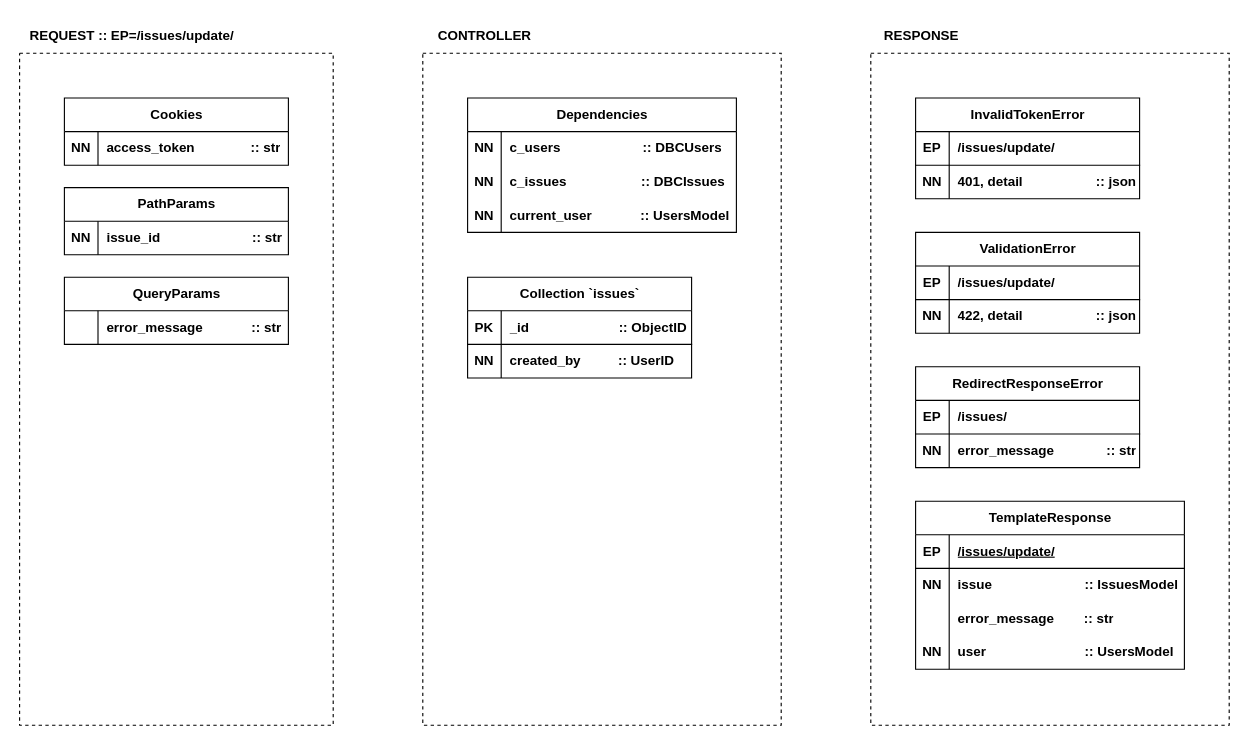
The draw.io diagram page "/issues/update/get" (2 of 4) of contributors/issues/update/get/Diagram.drawio in ames0k0/Ticket, before the edit. Source tidied: cells renumbered, new cells numbered last; positions are measured from the earlier drawing's top-left corner, leaving out a move shared by most shapes. Both pictures are drawn from the tidied source at 112%, with x=0, y=0 at pixel (19, 19).
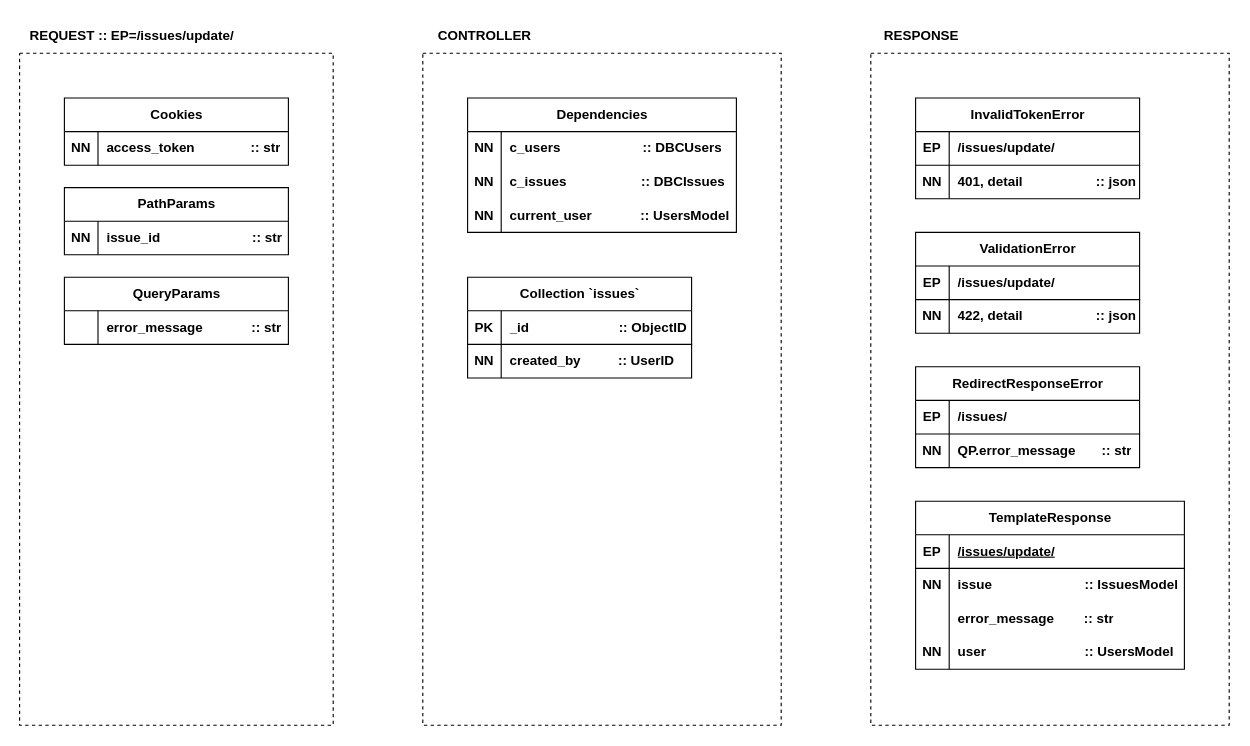
The same page after the edit.

The change refers to these unchanged cells:
```xml
<mxCell id="17" style="shape=tableRow;horizontal=0;startSize=0;swimlaneHead=0;swimlaneBody=0;fillColor=none;top=0;left=0;right=0;bottom=0;" parent="13" vertex="1">
  <mxGeometry y="60" width="200" height="30" as="geometry" />
</mxCell>
```

Change to the diagram source:
```diff
@@
-    <mxCell id="19" value="error_message&amp;nbsp;&amp;nbsp;&amp;nbsp;&amp;nbsp; &amp;nbsp; &amp;nbsp; &amp;nbsp; &amp;nbsp; &amp;nbsp;:: &lt;span&gt;str&lt;/span&gt;" style="shape=partialRectangle;fillColor=none;top=0;left=0;bottom=0;right=0;align=left;spacingLeft=6;overflow=hidden;whiteSpace=wrap;html=1;fontStyle=1;" parent="17" vertex="1">
+    <mxCell id="19" value="QP.error_message&amp;nbsp; &amp;nbsp; &amp;nbsp; &amp;nbsp;:: &lt;span&gt;str&lt;/span&gt;" style="shape=partialRectangle;fillColor=none;top=0;left=0;bottom=0;right=0;align=left;spacingLeft=6;overflow=hidden;whiteSpace=wrap;html=1;fontStyle=1;" parent="17" vertex="1">
       <mxGeometry x="30" width="170" height="30" as="geometry" />
     </mxCell>
```
